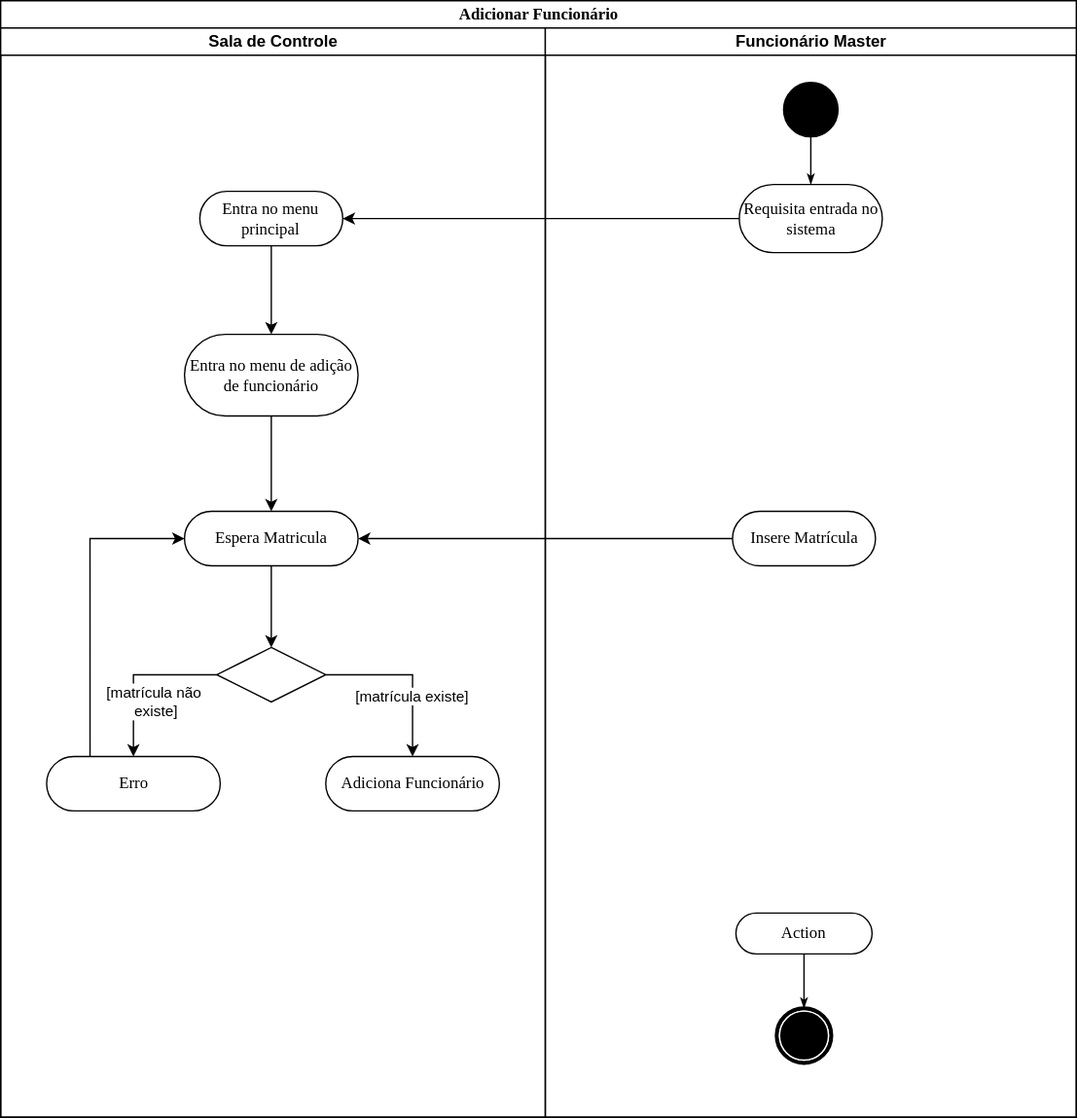
Earlier version of the draw.io export Diagrama-Atividades/Adicionar_Funcionario.svg (wholocked1/Projeto-2-modelagem). Source tidied: cells renumbered, new cells last; positions are measured from the earlier drawing's top-left corner, leaving out a move shared by most shapes.
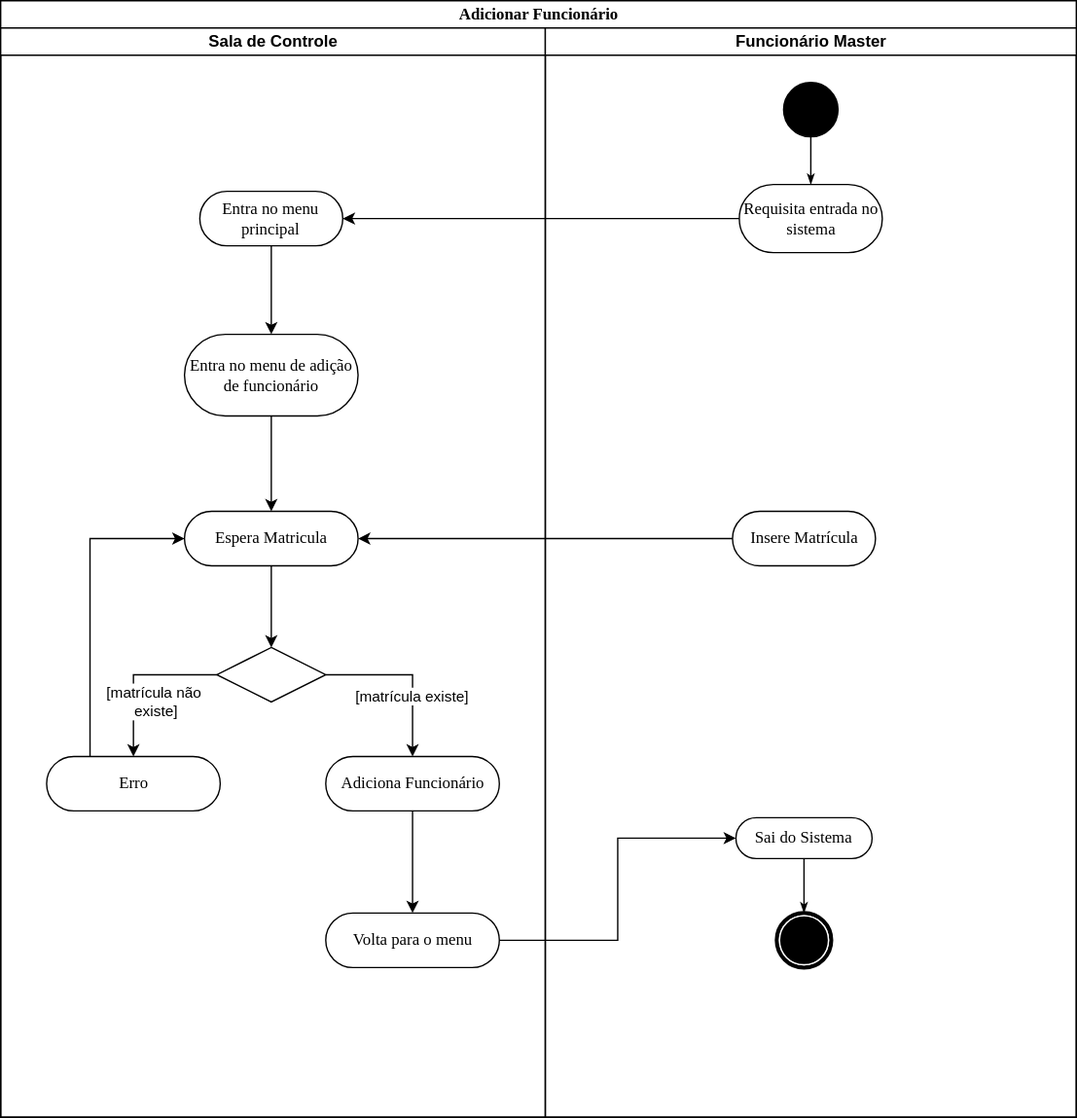
Above is the later version.

What changed in the source:
```diff
@@ -49,9 +49,15 @@
     <mxCell id="16" value="Erro" style="rounded=1;whiteSpace=wrap;html=1;shadow=0;comic=0;labelBackgroundColor=none;strokeWidth=1;fontFamily=Verdana;fontSize=12;align=center;arcSize=50;" parent="3" vertex="1">
       <mxGeometry x="33.8" y="535" width="127.5" height="40" as="geometry" />
     </mxCell>
+    <mxCell id="28" style="edgeStyle=orthogonalEdgeStyle;rounded=0;jettySize=auto;html=1;exitX=0.5;exitY=1;exitDx=0;exitDy=0;entryX=0.5;entryY=0;entryDx=0;entryDy=0;" parent="3" edge="1" source="17" target="29">
+      <mxGeometry relative="1" as="geometry" />
+    </mxCell>
     <mxCell id="17" value="Adiciona Funcionário" style="rounded=1;whiteSpace=wrap;html=1;shadow=0;comic=0;labelBackgroundColor=none;strokeWidth=1;fontFamily=Verdana;fontSize=12;align=center;arcSize=50;" parent="3" vertex="1">
       <mxGeometry x="238.8" y="535" width="127.5" height="40" as="geometry" />
     </mxCell>
+    <mxCell id="29" value="Volta para o menu" style="rounded=1;whiteSpace=wrap;html=1;shadow=0;comic=0;labelBackgroundColor=none;strokeWidth=1;fontFamily=Verdana;fontSize=12;align=center;arcSize=50;" parent="3" vertex="1">
+      <mxGeometry x="238.8" y="650" width="127.5" height="40" as="geometry" />
+    </mxCell>
     <mxCell id="18" value="Funcionário Master" style="swimlane;html=1;startSize=20;" parent="2" vertex="1">
       <mxGeometry x="400" y="20" width="390" height="800" as="geometry" />
     </mxCell>
@@ -67,11 +73,11 @@
     <mxCell id="22" style="edgeStyle=none;rounded=0;html=1;labelBackgroundColor=none;startArrow=none;startFill=0;startSize=5;endArrow=classicThin;endFill=1;endSize=5;jettySize=auto;strokeWidth=1;fontFamily=Verdana;fontSize=12;" parent="18" edge="1" source="23" target="24">
       <mxGeometry relative="1" as="geometry" />
     </mxCell>
-    <mxCell id="23" value="Action" style="rounded=1;whiteSpace=wrap;html=1;shadow=0;comic=0;labelBackgroundColor=none;strokeWidth=1;fontFamily=Verdana;fontSize=12;align=center;arcSize=50;" parent="18" vertex="1">
-      <mxGeometry x="140" y="650" width="100" height="30" as="geometry" />
+    <mxCell id="23" value="Sai do Sistema" style="rounded=1;whiteSpace=wrap;html=1;shadow=0;comic=0;labelBackgroundColor=none;strokeWidth=1;fontFamily=Verdana;fontSize=12;align=center;arcSize=50;" parent="18" vertex="1">
+      <mxGeometry x="140" y="580" width="100" height="30" as="geometry" />
     </mxCell>
     <mxCell id="24" style="shape=mxgraph.bpmn.shape;html=1;verticalLabelPosition=bottom;labelBackgroundColor=#ffffff;verticalAlign=top;perimeter=ellipsePerimeter;outline=end;symbol=terminate;rounded=0;shadow=0;comic=0;strokeWidth=1;fontFamily=Verdana;fontSize=12;align=center;" parent="18" vertex="1">
-      <mxGeometry x="170" y="720" width="40" height="40" as="geometry" />
+      <mxGeometry x="170" y="650" width="40" height="40" as="geometry" />
     </mxCell>
     <mxCell id="25" value="Insere Matrícula" style="rounded=1;whiteSpace=wrap;html=1;shadow=0;comic=0;labelBackgroundColor=none;strokeWidth=1;fontFamily=Verdana;fontSize=12;align=center;arcSize=50;" parent="18" vertex="1">
       <mxGeometry x="137.5" y="355" width="105" height="40" as="geometry" />
@@ -82,5 +88,8 @@
     <mxCell id="27" style="edgeStyle=orthogonalEdgeStyle;rounded=0;jettySize=auto;html=1;exitX=0;exitY=0.5;exitDx=0;exitDy=0;entryX=1;entryY=0.5;entryDx=0;entryDy=0;" parent="2" edge="1" source="25" target="9">
       <mxGeometry relative="1" as="geometry" />
     </mxCell>
+    <mxCell id="30" style="edgeStyle=orthogonalEdgeStyle;rounded=0;jettySize=auto;html=1;exitX=1;exitY=0.5;exitDx=0;exitDy=0;entryX=0;entryY=0.5;entryDx=0;entryDy=0;" parent="2" edge="1" source="29" target="23">
+      <mxGeometry relative="1" as="geometry" />
+    </mxCell>
   </root>
 </mxGraphModel>
```
